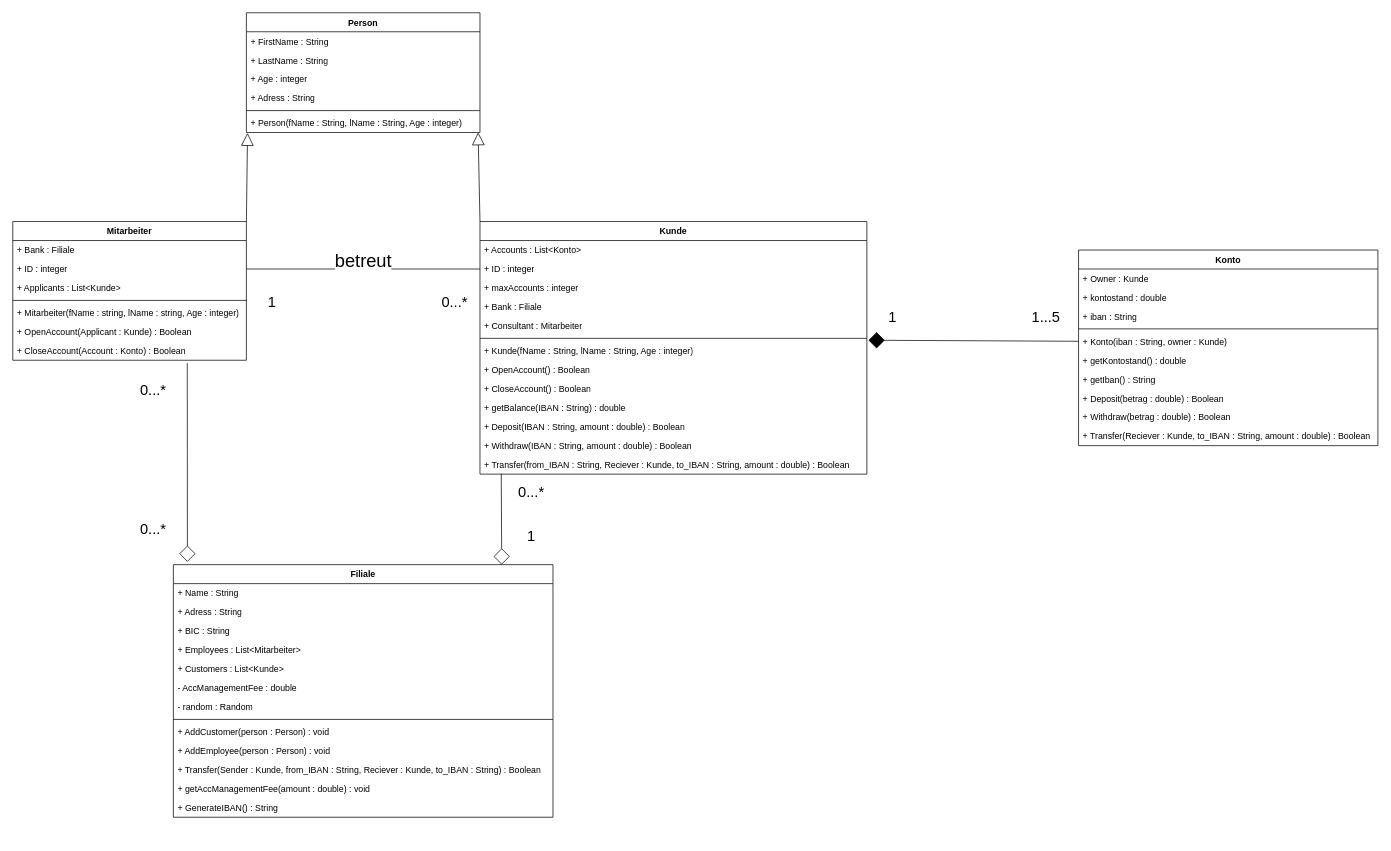
Above: ClassDiagram.drawio in Jo-Broo/GuteLauneGeldhaus (draw.io), before the change. Source tidied: cells renumbered, new cells numbered last; positions are measured from the earlier drawing's top-left corner, leaving out a move shared by most shapes. Both pictures are drawn from the tidied source at 73%, with x=0, y=0 at pixel (12, 12).
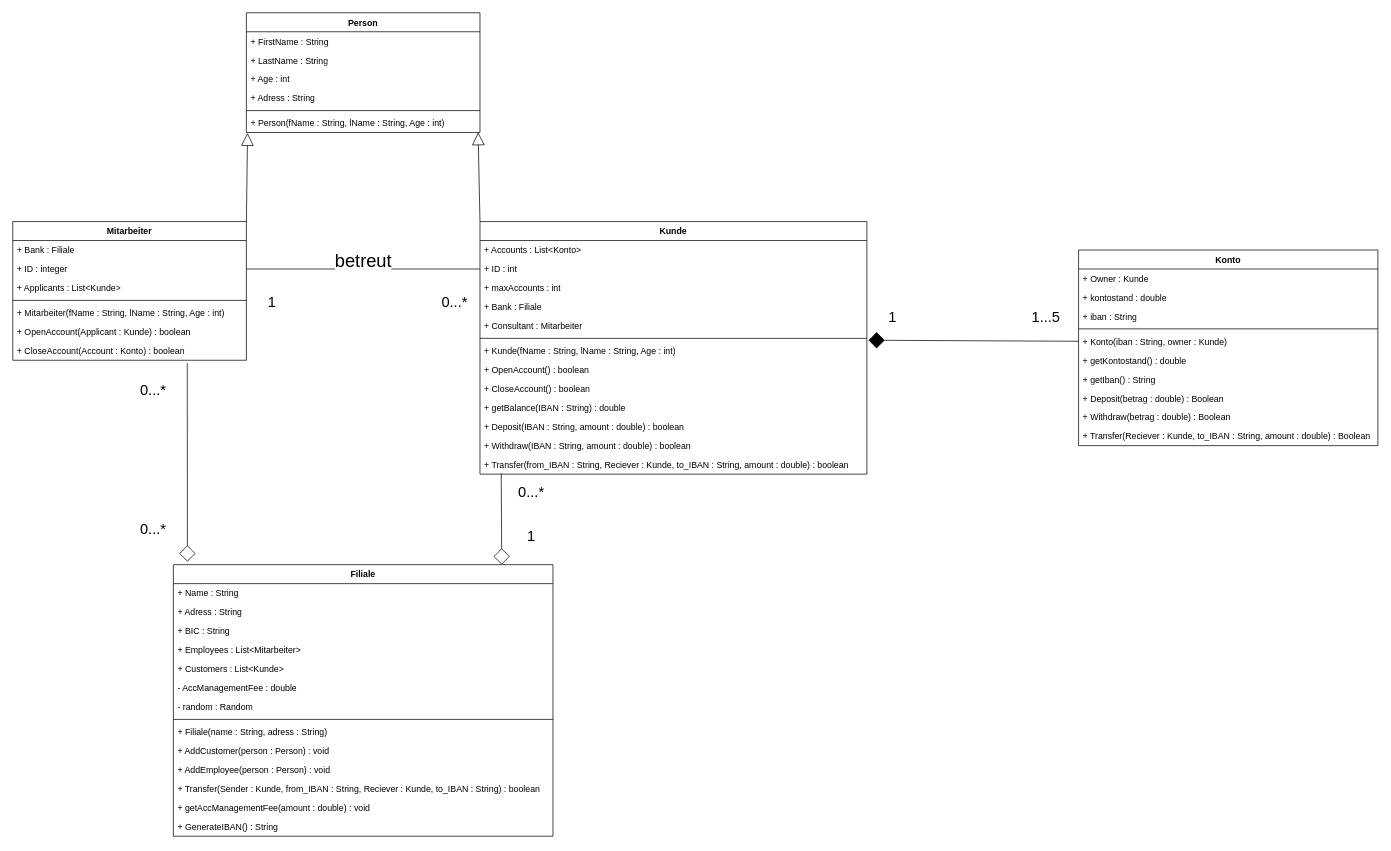
The same diagram, later.

Commit message:
datentypen aktualisiert, und fehlende methoden hinzugefügt

The change refers to these unchanged cells:
```xml
<mxCell id="2" value="Mitarbeiter" style="swimlane;fontStyle=1;align=center;verticalAlign=top;horizontal=1;startSize=26;whiteSpace=wrap;html=1;" parent="1" vertex="1">
  <mxGeometry y="286" width="320" height="190" as="geometry" />
</mxCell>
<mxCell id="10" value="Person" style="swimlane;fontStyle=1;align=center;verticalAlign=top;horizontal=1;startSize=26;whiteSpace=wrap;html=1;" parent="1" vertex="1">
  <mxGeometry x="320" width="320" height="164" as="geometry" />
</mxCell>
<mxCell id="17" value="Kunde" style="swimlane;fontStyle=1;align=center;verticalAlign=top;horizontal=1;startSize=26;whiteSpace=wrap;html=1;" parent="1" vertex="1">
  <mxGeometry x="640" y="286" width="530" height="346" as="geometry" />
</mxCell>
```

The edit, as a diff of the source:
```diff
@@
-    <mxCell id="7" value="+ Mitarbeiter(fName : string, lName : string, Age : integer)" style="text;strokeColor=none;fillColor=none;align=left;verticalAlign=top;spacingLeft=4;spacingRight=4;overflow=hidden;whiteSpace=wrap;html=1;" parent="2" vertex="1">
+    <mxCell id="7" value="+ Mitarbeiter(fName : String, lName : String, Age : int)" style="text;strokeColor=none;fillColor=none;align=left;verticalAlign=top;spacingLeft=4;spacingRight=4;overflow=hidden;whiteSpace=wrap;html=1;" parent="2" vertex="1">
       <mxGeometry y="112" width="320" height="26" as="geometry" />
     </mxCell>
-    <mxCell id="8" value="+ OpenAccount(Applicant : Kunde) : Boolean" style="text;strokeColor=none;fillColor=none;align=left;verticalAlign=top;spacingLeft=4;spacingRight=4;overflow=hidden;whiteSpace=wrap;html=1;" parent="2" vertex="1">
+    <mxCell id="8" value="+ OpenAccount(Applicant : Kunde) : boolean" style="text;strokeColor=none;fillColor=none;align=left;verticalAlign=top;spacingLeft=4;spacingRight=4;overflow=hidden;whiteSpace=wrap;html=1;" parent="2" vertex="1">
       <mxGeometry y="138" width="320" height="26" as="geometry" />
     </mxCell>
-    <mxCell id="9" value="+ CloseAccount(Account : Konto) : Boolean" style="text;strokeColor=none;fillColor=none;align=left;verticalAlign=top;spacingLeft=4;spacingRight=4;overflow=hidden;points=[[0,0.5],[1,0.5]];portConstraint=eastwest;whiteSpace=wrap;html=1;" parent="2" vertex="1">
+    <mxCell id="9" value="+ CloseAccount(Account : Konto) : boolean" style="text;strokeColor=none;fillColor=none;align=left;verticalAlign=top;spacingLeft=4;spacingRight=4;overflow=hidden;points=[[0,0.5],[1,0.5]];portConstraint=eastwest;whiteSpace=wrap;html=1;" parent="2" vertex="1">
       <mxGeometry y="164" width="320" height="26" as="geometry" />
     </mxCell>
@@
-    <mxCell id="13" value="+ Age : integer" style="text;strokeColor=none;fillColor=none;align=left;verticalAlign=top;spacingLeft=4;spacingRight=4;overflow=hidden;whiteSpace=wrap;html=1;" parent="10" vertex="1">
+    <mxCell id="13" value="+ Age : int" style="text;strokeColor=none;fillColor=none;align=left;verticalAlign=top;spacingLeft=4;spacingRight=4;overflow=hidden;whiteSpace=wrap;html=1;" parent="10" vertex="1">
       <mxGeometry y="78" width="320" height="26" as="geometry" />
     </mxCell>
@@
-    <mxCell id="16" value="+ Person(fName : String, lName : String, Age : integer)" style="text;strokeColor=none;fillColor=none;align=left;verticalAlign=top;spacingLeft=4;spacingRight=4;overflow=hidden;points=[[0,0.5],[1,0.5]];portConstraint=eastwest;whiteSpace=wrap;html=1;" parent="10" vertex="1">
+    <mxCell id="16" value="+ Person(fName : String, lName : String, Age : int)" style="text;strokeColor=none;fillColor=none;align=left;verticalAlign=top;spacingLeft=4;spacingRight=4;overflow=hidden;points=[[0,0.5],[1,0.5]];portConstraint=eastwest;whiteSpace=wrap;html=1;" parent="10" vertex="1">
       <mxGeometry y="138" width="320" height="26" as="geometry" />
     </mxCell>
@@
-    <mxCell id="19" value="+ ID : integer" style="text;strokeColor=none;fillColor=none;align=left;verticalAlign=top;spacingLeft=4;spacingRight=4;overflow=hidden;points=[[0,0.5],[1,0.5]];portConstraint=eastwest;whiteSpace=wrap;html=1;" parent="17" vertex="1">
+    <mxCell id="19" value="+ ID : int" style="text;strokeColor=none;fillColor=none;align=left;verticalAlign=top;spacingLeft=4;spacingRight=4;overflow=hidden;points=[[0,0.5],[1,0.5]];portConstraint=eastwest;whiteSpace=wrap;html=1;" parent="17" vertex="1">
       <mxGeometry y="52" width="530" height="26" as="geometry" />
     </mxCell>
-    <mxCell id="20" value="+ maxAccounts : integer" style="text;strokeColor=none;fillColor=none;align=left;verticalAlign=top;spacingLeft=4;spacingRight=4;overflow=hidden;whiteSpace=wrap;html=1;" parent="17" vertex="1">
+    <mxCell id="20" value="+ maxAccounts : int" style="text;strokeColor=none;fillColor=none;align=left;verticalAlign=top;spacingLeft=4;spacingRight=4;overflow=hidden;whiteSpace=wrap;html=1;" parent="17" vertex="1">
       <mxGeometry y="78" width="530" height="26" as="geometry" />
     </mxCell>
@@
-    <mxCell id="24" value="+ Kunde(fName : String, lName : String, Age : integer)" style="text;strokeColor=none;fillColor=none;align=left;verticalAlign=top;spacingLeft=4;spacingRight=4;overflow=hidden;points=[[0,0.5],[1,0.5]];portConstraint=eastwest;whiteSpace=wrap;html=1;" parent="17" vertex="1">
+    <mxCell id="24" value="+ Kunde(fName : String, lName : String, Age : int)" style="text;strokeColor=none;fillColor=none;align=left;verticalAlign=top;spacingLeft=4;spacingRight=4;overflow=hidden;points=[[0,0.5],[1,0.5]];portConstraint=eastwest;whiteSpace=wrap;html=1;" parent="17" vertex="1">
       <mxGeometry y="164" width="530" height="26" as="geometry" />
     </mxCell>
-    <mxCell id="25" value="+ OpenAccount() : Boolean" style="text;strokeColor=none;fillColor=none;align=left;verticalAlign=top;spacingLeft=4;spacingRight=4;overflow=hidden;whiteSpace=wrap;html=1;" parent="17" vertex="1">
+    <mxCell id="25" value="+ OpenAccount() : boolean" style="text;strokeColor=none;fillColor=none;align=left;verticalAlign=top;spacingLeft=4;spacingRight=4;overflow=hidden;whiteSpace=wrap;html=1;" parent="17" vertex="1">
       <mxGeometry y="190" width="530" height="26" as="geometry" />
     </mxCell>
-    <mxCell id="26" value="+ CloseAccount() : Boolean" style="text;strokeColor=none;fillColor=none;align=left;verticalAlign=top;spacingLeft=4;spacingRight=4;overflow=hidden;whiteSpace=wrap;html=1;" parent="17" vertex="1">
+    <mxCell id="26" value="+ CloseAccount() : boolean" style="text;strokeColor=none;fillColor=none;align=left;verticalAlign=top;spacingLeft=4;spacingRight=4;overflow=hidden;whiteSpace=wrap;html=1;" parent="17" vertex="1">
       <mxGeometry y="216" width="530" height="26" as="geometry" />
     </mxCell>
@@
-    <mxCell id="28" value="+ Deposit(IBAN : String, amount : double) : Boolean" style="text;strokeColor=none;fillColor=none;align=left;verticalAlign=top;spacingLeft=4;spacingRight=4;overflow=hidden;whiteSpace=wrap;html=1;" parent="17" vertex="1">
+    <mxCell id="28" value="+ Deposit(IBAN : String, amount : double) : boolean" style="text;strokeColor=none;fillColor=none;align=left;verticalAlign=top;spacingLeft=4;spacingRight=4;overflow=hidden;whiteSpace=wrap;html=1;" parent="17" vertex="1">
       <mxGeometry y="268" width="530" height="26" as="geometry" />
     </mxCell>
-    <mxCell id="29" value="+ Withdraw(IBAN : String, amount : double) : Boolean" style="text;strokeColor=none;fillColor=none;align=left;verticalAlign=top;spacingLeft=4;spacingRight=4;overflow=hidden;whiteSpace=wrap;html=1;" parent="17" vertex="1">
+    <mxCell id="29" value="+ Withdraw(IBAN : String, amount : double) : boolean" style="text;strokeColor=none;fillColor=none;align=left;verticalAlign=top;spacingLeft=4;spacingRight=4;overflow=hidden;whiteSpace=wrap;html=1;" parent="17" vertex="1">
       <mxGeometry y="294" width="530" height="26" as="geometry" />
     </mxCell>
-    <mxCell id="30" value="+ Transfer(from_IBAN : String, Reciever : Kunde, to_IBAN : String, amount : double) : Boolean" style="text;strokeColor=none;fillColor=none;align=left;verticalAlign=top;spacingLeft=4;spacingRight=4;overflow=hidden;points=[[0,0.5],[1,0.5]];portConstraint=eastwest;whiteSpace=wrap;html=1;" parent="17" vertex="1">
+    <mxCell id="30" value="+ Transfer(from_IBAN : String, Reciever : Kunde, to_IBAN : String, amount : double) : boolean" style="text;strokeColor=none;fillColor=none;align=left;verticalAlign=top;spacingLeft=4;spacingRight=4;overflow=hidden;points=[[0,0.5],[1,0.5]];portConstraint=eastwest;whiteSpace=wrap;html=1;" parent="17" vertex="1">
       <mxGeometry y="320" width="530" height="26" as="geometry" />
     </mxCell>
     <mxCell id="31" value="Filiale" style="swimlane;fontStyle=1;align=center;verticalAlign=top;horizontal=1;startSize=26;whiteSpace=wrap;html=1;" parent="1" vertex="1">
-      <mxGeometry x="220" y="756" width="520" height="346" as="geometry" />
+      <mxGeometry x="220" y="756" width="520" height="372" as="geometry" />
     </mxCell>
@@
-    <mxCell id="40" value="+ AddCustomer(person : Person) : void&lt;div&gt;&lt;br&gt;&lt;/div&gt;" style="text;strokeColor=none;fillColor=none;align=left;verticalAlign=top;spacingLeft=4;spacingRight=4;overflow=hidden;whiteSpace=wrap;html=1;" parent="31" vertex="1">
+    <mxCell id="40" value="&lt;div&gt;+ Filiale(name : String, adress : String)&lt;/div&gt;" style="text;strokeColor=none;fillColor=none;align=left;verticalAlign=top;spacingLeft=4;spacingRight=4;overflow=hidden;whiteSpace=wrap;html=1;" parent="31" vertex="1">
       <mxGeometry y="216" width="520" height="26" as="geometry" />
     </mxCell>
+    <mxCell id="71" value="+ AddCustomer(person : Person) : void&lt;div&gt;&lt;br&gt;&lt;/div&gt;" style="text;strokeColor=none;fillColor=none;align=left;verticalAlign=top;spacingLeft=4;spacingRight=4;overflow=hidden;whiteSpace=wrap;html=1;" parent="31" vertex="1">
+      <mxGeometry y="242" width="520" height="26" as="geometry" />
+    </mxCell>
     <mxCell id="41" value="&lt;div&gt;+ AddEmployee(person : Person) : void&lt;/div&gt;" style="text;strokeColor=none;fillColor=none;align=left;verticalAlign=top;spacingLeft=4;spacingRight=4;overflow=hidden;whiteSpace=wrap;html=1;" parent="31" vertex="1">
-      <mxGeometry y="242" width="520" height="26" as="geometry" />
+      <mxGeometry y="268" width="520" height="26" as="geometry" />
     </mxCell>
-    <mxCell id="42" value="&lt;div&gt;+ Transfer(Sender : Kunde, from_IBAN : String, Reciever : Kunde, to_IBAN : String) : Boolean&lt;/div&gt;" style="text;strokeColor=none;fillColor=none;align=left;verticalAlign=top;spacingLeft=4;spacingRight=4;overflow=hidden;whiteSpace=wrap;html=1;" parent="31" vertex="1">
-      <mxGeometry y="268" width="520" height="26" as="geometry" />
+    <mxCell id="42" value="&lt;div&gt;+ Transfer(Sender : Kunde, from_IBAN : String, Reciever : Kunde, to_IBAN : String) : boolean&lt;/div&gt;" style="text;strokeColor=none;fillColor=none;align=left;verticalAlign=top;spacingLeft=4;spacingRight=4;overflow=hidden;whiteSpace=wrap;html=1;" parent="31" vertex="1">
+      <mxGeometry y="294" width="520" height="26" as="geometry" />
     </mxCell>
     <mxCell id="43" value="&lt;div&gt;+ getAccManagementFee(amount : double) : void&lt;/div&gt;" style="text;strokeColor=none;fillColor=none;align=left;verticalAlign=top;spacingLeft=4;spacingRight=4;overflow=hidden;whiteSpace=wrap;html=1;" parent="31" vertex="1">
-      <mxGeometry y="294" width="520" height="26" as="geometry" />
+      <mxGeometry y="320" width="520" height="26" as="geometry" />
     </mxCell>
     <mxCell id="44" value="&lt;div&gt;+ GenerateIBAN() : String&lt;/div&gt;" style="text;strokeColor=none;fillColor=none;align=left;verticalAlign=top;spacingLeft=4;spacingRight=4;overflow=hidden;whiteSpace=wrap;html=1;" parent="31" vertex="1">
-      <mxGeometry y="320" width="520" height="26" as="geometry" />
+      <mxGeometry y="346" width="520" height="26" as="geometry" />
     </mxCell>
```
